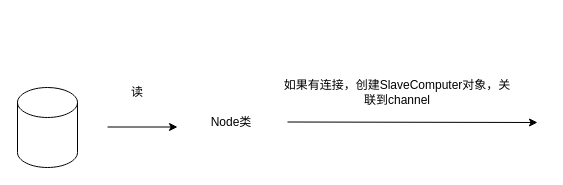
Earlier version of the draw.io diagram think.drawio (lzus/test). Source tidied: cells renumbered, new cells numbered last; positions are measured from the earlier drawing's top-left corner, leaving out a move shared by most shapes. Both pictures are drawn from the tidied source at 100%, with x=0, y=0 at pixel (17, 77).
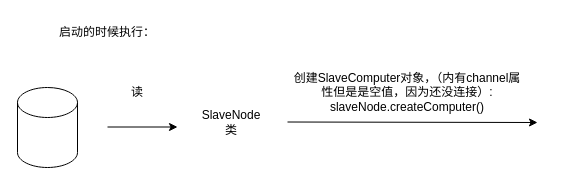
After the change.

What changed in the source:
```diff
@@
 <mxGraphModel>
   <root>
     <mxCell id="0" />
     <mxCell id="1" parent="0" />
     <mxCell id="2" style="shape=cylinder3;whiteSpace=wrap;html=1;boundedLbl=1;backgroundOutline=1;size=15;" parent="1" vertex="1">
       <mxGeometry y="10" width="60" height="80" as="geometry" />
     </mxCell>
     <mxCell id="3" style="endArrow=classic;html=1;rounded=0;" parent="1" edge="1">
       <mxGeometry relative="1" as="geometry">
         <mxPoint x="90" y="49.5" as="sourcePoint" />
         <mxPoint x="160" y="49.5" as="targetPoint" />
       </mxGeometry>
     </mxCell>
-    <mxCell id="4" value="Node类" style="text;html=1;strokeColor=none;fillColor=none;align=center;verticalAlign=middle;whiteSpace=wrap;rounded=0;" parent="1" vertex="1">
+    <mxCell id="4" value="SlaveNode类" style="text;html=1;strokeColor=none;fillColor=none;align=center;verticalAlign=middle;whiteSpace=wrap;rounded=0;" parent="1" vertex="1">
       <mxGeometry x="184" y="30" width="60" height="30" as="geometry" />
     </mxCell>
     <mxCell id="5" value="读" style="text;html=1;strokeColor=none;fillColor=none;align=center;verticalAlign=middle;whiteSpace=wrap;rounded=0;" parent="1" vertex="1">
       <mxGeometry x="90" width="60" height="30" as="geometry" />
     </mxCell>
     <mxCell id="6" style="endArrow=classic;html=1;rounded=0;" parent="1" edge="1">
       <mxGeometry relative="1" as="geometry">
         <mxPoint x="270" y="44.5" as="sourcePoint" />
         <mxPoint x="520" y="45" as="targetPoint" />
       </mxGeometry>
     </mxCell>
-    <mxCell id="7" value="如果有连接，创建SlaveComputer对象，关联到channel" style="text;html=1;strokeColor=none;fillColor=none;align=center;verticalAlign=middle;whiteSpace=wrap;rounded=0;" parent="1" vertex="1">
-      <mxGeometry x="260" width="240" height="30" as="geometry" />
+    <mxCell id="7" value="创建SlaveComputer对象，（内有channel属性但是是空值，因为还没连接）: slaveNode.createComputer()" style="text;html=1;strokeColor=none;fillColor=none;align=center;verticalAlign=middle;whiteSpace=wrap;rounded=0;" parent="1" vertex="1">
+      <mxGeometry x="270" width="240" height="30" as="geometry" />
     </mxCell>
+    <mxCell id="8" value="启动的时候执行：" style="text;html=1;strokeColor=none;fillColor=none;align=center;verticalAlign=middle;whiteSpace=wrap;rounded=0;" parent="1" vertex="1">
+      <mxGeometry x="30" y="-60" width="120" height="30" as="geometry" />
+    </mxCell>
   </root>
 </mxGraphModel>
```
